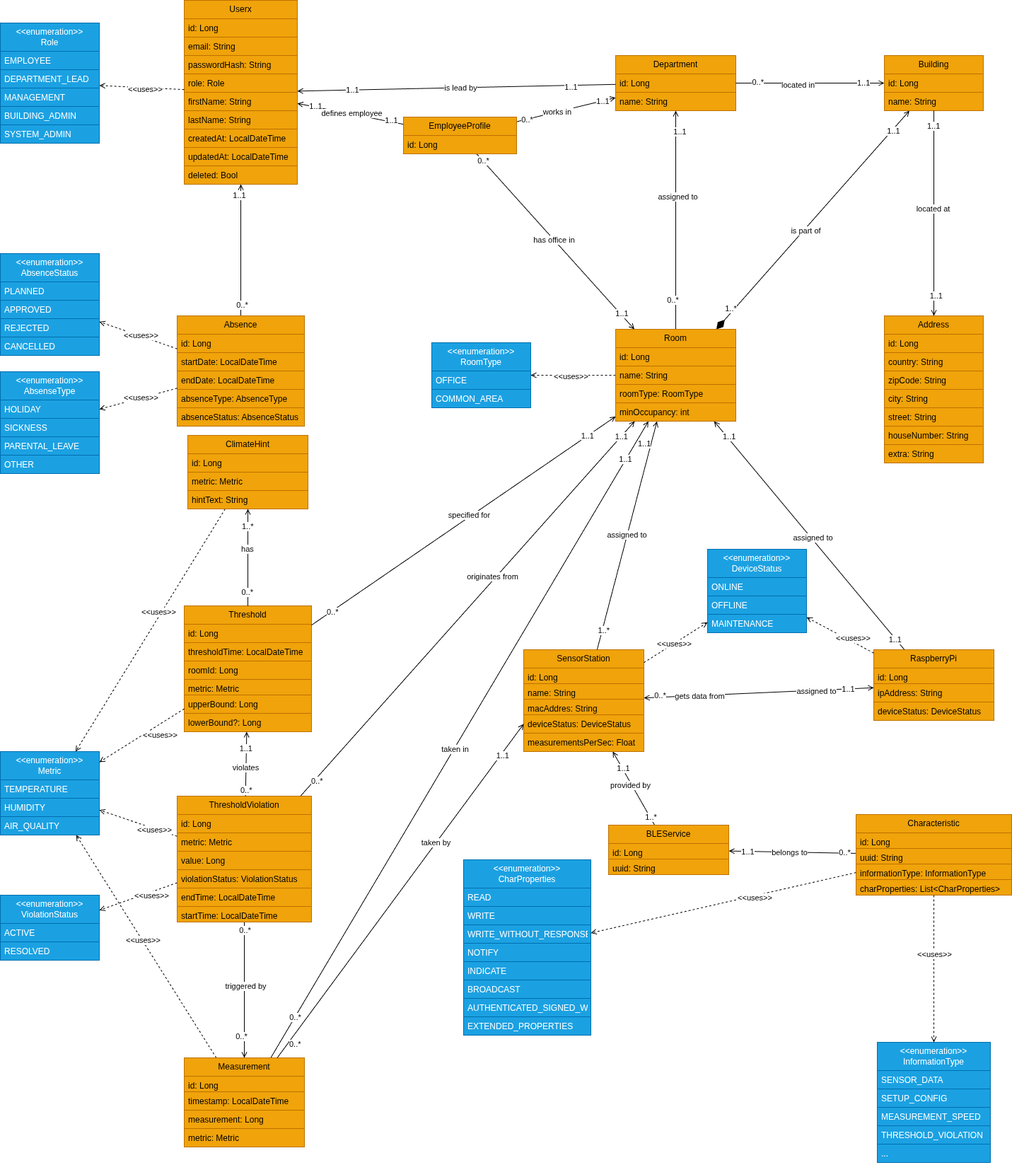
Earlier version of the draw.io export docs/Softwarekonzept_V2/images/climate-canary-webapp-backend.png (adriano-paganini/ClimateCanary). Source tidied: cells renumbered, new cells last; positions are measured from the earlier drawing's top-left corner, leaving out a move shared by most shapes.
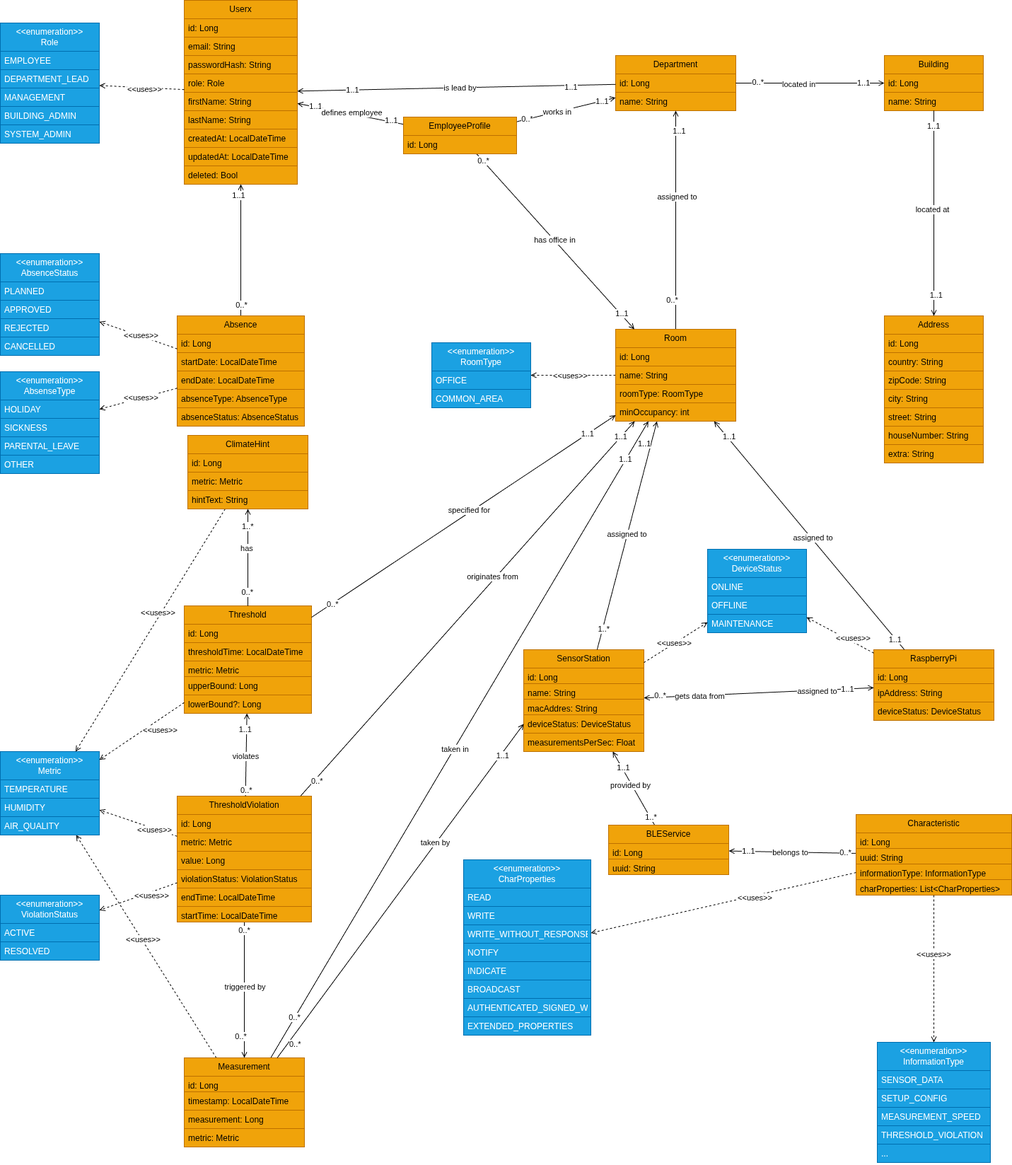
The same diagram one commit later.

What changed in the source:
```diff
@@ -190,20 +190,6 @@
     <mxCell id="59" value="&amp;lt;&amp;lt;uses&amp;gt;&amp;gt;" style="edgeLabel;html=1;align=center;verticalAlign=middle;" parent="58" vertex="1">
       <mxGeometry x="0.07" y="1" relative="1" as="geometry" />
     </mxCell>
-    <mxCell id="60" style="rounded=0;jettySize=auto;html=1;endArrow=open;endFill=0;startArrow=diamondThin;startFill=1;startSize=15;" parent="1" edge="1" source="64" target="32">
-      <mxGeometry relative="1" as="geometry" />
-    </mxCell>
-    <mxCell id="61" value="is part of" style="edgeLabel;html=1;align=center;verticalAlign=middle;" parent="60" vertex="1">
-      <mxGeometry x="-0.09" y="-2" relative="1" as="geometry" />
-    </mxCell>
-    <mxCell id="62" value="1..1" style="edgeLabel;html=1;align=center;verticalAlign=middle;" parent="60" vertex="1">
-      <mxGeometry x="0.82" y="-1" relative="1" as="geometry">
-        <mxPoint x="1" as="offset" />
-      </mxGeometry>
-    </mxCell>
-    <mxCell id="63" value="1..*" style="edgeLabel;html=1;align=center;verticalAlign=middle;" parent="60" vertex="1">
-      <mxGeometry x="-0.83" y="4" relative="1" as="geometry" />
-    </mxCell>
     <mxCell id="64" value="Room" style="swimlane;fontStyle=0;horizontal=1;startSize=26;fillColor=#f0a30a;whiteSpace=wrap;html=1;fontColor=#000000;strokeColor=#BD7000;" parent="1" vertex="1">
       <mxGeometry x="870" y="465" width="170" height="130" as="geometry" />
     </mxCell>
@@ -340,7 +326,7 @@
       <mxGeometry y="100" width="170" height="26" as="geometry" />
     </mxCell>
     <mxCell id="105" value="Threshold" style="swimlane;fontStyle=0;horizontal=1;startSize=26;fillColor=#f0a30a;whiteSpace=wrap;html=1;fontColor=#000000;strokeColor=#BD7000;" parent="1" vertex="1">
-      <mxGeometry x="260" y="856" width="180" height="178" as="geometry" />
+      <mxGeometry x="260" y="856" width="180" height="152" as="geometry" />
     </mxCell>
     <mxCell id="106" value="id: Long" style="text;strokeColor=#BD7000;fillColor=#f0a30a;align=left;verticalAlign=top;spacingLeft=4;spacingRight=4;overflow=hidden;whiteSpace=wrap;html=1;fontColor=#000000;" parent="105" vertex="1">
       <mxGeometry y="26" width="180" height="26" as="geometry" />
@@ -348,17 +334,14 @@
     <mxCell id="107" value="thresholdTime: LocalDateTime" style="text;strokeColor=#BD7000;fillColor=#f0a30a;align=left;verticalAlign=top;spacingLeft=4;spacingRight=4;overflow=hidden;whiteSpace=wrap;html=1;fontColor=#000000;" parent="105" vertex="1">
       <mxGeometry y="52" width="180" height="26" as="geometry" />
     </mxCell>
-    <mxCell id="108" value="roomId: Long" style="text;strokeColor=#BD7000;fillColor=#f0a30a;align=left;verticalAlign=top;spacingLeft=4;spacingRight=4;overflow=hidden;whiteSpace=wrap;html=1;fontColor=#000000;" parent="105" vertex="1">
-      <mxGeometry y="78" width="180" height="26" as="geometry" />
-    </mxCell>
     <mxCell id="109" value="&lt;div&gt;&lt;span style=&quot;background-color: transparent; color: light-dark(rgb(0, 0, 0), rgb(255, 255, 255));&quot;&gt;metric: Metric&lt;/span&gt;&lt;/div&gt;" style="text;strokeColor=#BD7000;fillColor=#f0a30a;align=left;verticalAlign=top;spacingLeft=4;spacingRight=4;overflow=hidden;whiteSpace=wrap;html=1;fontColor=#000000;" parent="105" vertex="1">
-      <mxGeometry y="104" width="180" height="22" as="geometry" />
+      <mxGeometry y="78" width="180" height="22" as="geometry" />
     </mxCell>
     <mxCell id="110" value="upperBound: Long" style="text;strokeColor=#BD7000;fillColor=#f0a30a;align=left;verticalAlign=top;spacingLeft=4;spacingRight=4;overflow=hidden;whiteSpace=wrap;html=1;fontColor=#000000;" parent="105" vertex="1">
-      <mxGeometry y="126" width="180" height="26" as="geometry" />
+      <mxGeometry y="100" width="180" height="26" as="geometry" />
     </mxCell>
     <mxCell id="111" value="lowerBound?: Long" style="text;strokeColor=#BD7000;fillColor=#f0a30a;align=left;verticalAlign=top;spacingLeft=4;spacingRight=4;overflow=hidden;whiteSpace=wrap;html=1;fontColor=#000000;" parent="105" vertex="1">
-      <mxGeometry y="152" width="180" height="26" as="geometry" />
+      <mxGeometry y="126" width="180" height="26" as="geometry" />
     </mxCell>
     <mxCell id="112" value="&lt;div&gt;&amp;lt;&amp;lt;enumeration&amp;gt;&amp;gt;&lt;/div&gt;Metric" style="swimlane;fontStyle=0;horizontal=1;startSize=40;fillColor=#1ba1e2;whiteSpace=wrap;html=1;fontColor=#ffffff;strokeColor=#006EAF;" parent="1" vertex="1">
       <mxGeometry y="1062" width="140" height="118" as="geometry" />
```
